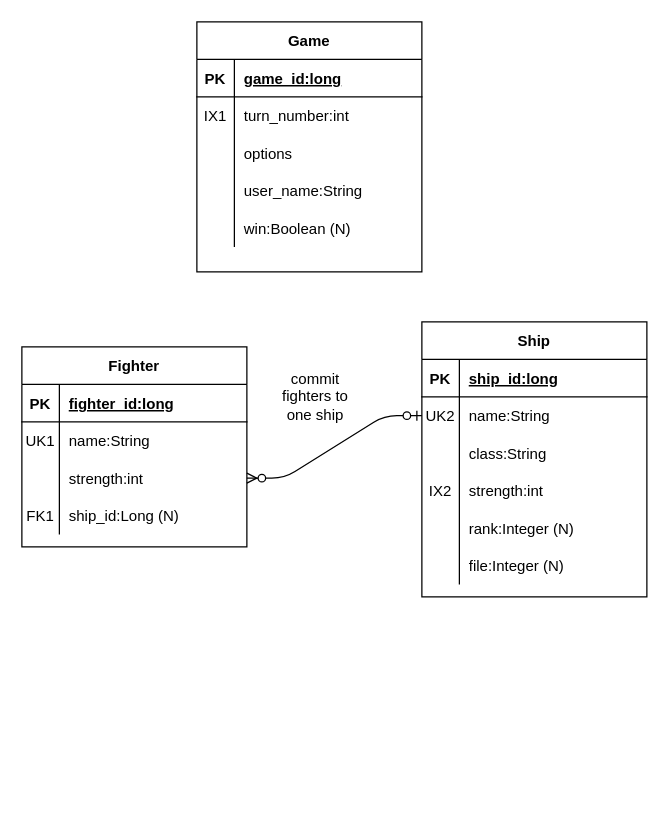
Above: docs/work/erd.drawio in rfrech/battle-for-midway (draw.io), before the change. Source tidied: cells renumbered, new cells numbered last; positions are measured from the earlier drawing's top-left corner, leaving out a move shared by most shapes. Both pictures are drawn from the tidied source at 125%, with x=0, y=0 at pixel (21, 21).
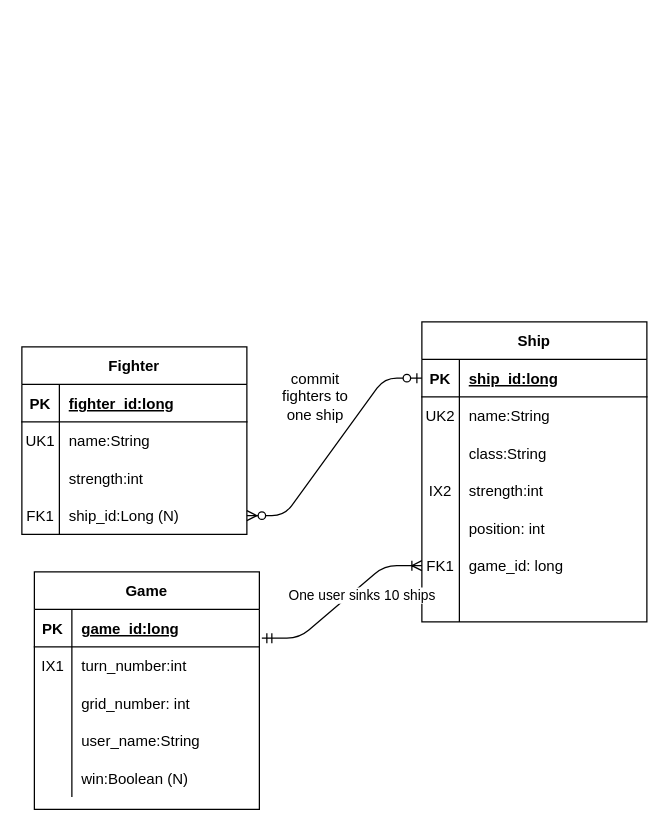
The same page after the edit.

Commit message (it also covers changes not shown here):
fixed dao erd glitches

The change refers to these unchanged cells:
```xml
<mxCell id="3" style="shape=partialRectangle;fillColor=none;top=0;left=0;bottom=1;right=0;points=[[0,0.5],[1,0.5]];portConstraint=eastwest;" parent="2" vertex="1">
  <mxGeometry y="30" width="180" height="30" as="geometry" />
</mxCell>
<mxCell id="9" style="shape=partialRectangle;fillColor=none;top=0;left=0;bottom=0;right=0;" parent="2" vertex="1">
  <mxGeometry y="90" width="180" height="30" as="geometry" />
</mxCell>
<mxCell id="20" style="shape=partialRectangle;fillColor=none;top=0;left=0;bottom=1;right=0;points=[[0,0.5],[1,0.5]];portConstraint=eastwest;" parent="19" vertex="1">
  <mxGeometry y="30" width="180" height="30" as="geometry" />
</mxCell>
<mxCell id="23" style="shape=partialRectangle;fillColor=none;top=0;left=0;bottom=0;right=0;points=[[0,0.5],[1,0.5]];portConstraint=eastwest;" parent="19" vertex="1">
  <mxGeometry y="60" width="180" height="30" as="geometry" />
</mxCell>
<mxCell id="32" style="shape=partialRectangle;fillColor=none;top=0;left=0;bottom=0;right=0;" parent="19" vertex="1">
  <mxGeometry y="150" width="180" height="30" as="geometry" />
</mxCell>
<mxCell id="45" style="shape=partialRectangle;fillColor=none;top=0;left=0;bottom=0;right=0;points=[[0,0.5],[1,0.5]];portConstraint=eastwest;" parent="38" vertex="1">
  <mxGeometry y="90" width="180" height="30" as="geometry" />
</mxCell>
<mxCell id="48" style="shape=partialRectangle;fillColor=none;top=0;left=0;bottom=0;right=0;points=[[0,0.5],[1,0.5]];portConstraint=eastwest;" parent="38" vertex="1">
  <mxGeometry y="120" width="180" height="30" as="geometry" />
</mxCell>
```

What changed in the source:
```diff
@@
     <mxCell id="2" value="Game" style="shape=table;startSize=30;childLayout=tableLayout;rowLines=0;fontStyle=1;align=center;" parent="1" vertex="1">
-      <mxGeometry x="140" width="180" height="200" as="geometry" />
+      <mxGeometry x="10" y="440" width="180" height="190" as="geometry" />
     </mxCell>
@@
-    <mxCell id="11" value="options" style="shape=partialRectangle;fillColor=none;top=0;left=0;bottom=0;right=0;align=left;spacingLeft=6;overflow=hidden;" parent="9" vertex="1">
+    <mxCell id="11" value="grid_number: int" style="shape=partialRectangle;fillColor=none;top=0;left=0;bottom=0;right=0;align=left;spacingLeft=6;overflow=hidden;" parent="9" vertex="1">
       <mxGeometry x="30" width="150" height="30" as="geometry" />
     </mxCell>
@@
-    <mxCell id="18" style="edgeStyle=entityRelationEdgeStyle;fontSize=12;html=1;endArrow=ERzeroToMany;startArrow=ERzeroToOne;exitX=0;exitY=0.5;exitDx=0;exitDy=0;" parent="1" edge="1" source="23" target="45">
+    <mxCell id="18" style="edgeStyle=entityRelationEdgeStyle;fontSize=12;html=1;endArrow=ERzeroToMany;startArrow=ERzeroToOne;entryX=1;entryY=0.5;entryDx=0;entryDy=0;" parent="1" edge="1" source="20" target="48">
       <mxGeometry relative="1" as="geometry" />
     </mxCell>
     <mxCell id="19" value="Ship" style="shape=table;startSize=30;childLayout=tableLayout;rowLines=0;fontStyle=1;align=center;" parent="1" vertex="1">
-      <mxGeometry x="320" y="240" width="180" height="220" as="geometry" />
+      <mxGeometry x="320" y="240" width="180" height="240" as="geometry" />
     </mxCell>
@@
-    <mxCell id="34" value="rank:Integer (N)" style="shape=partialRectangle;fillColor=none;top=0;left=0;bottom=0;right=0;align=left;spacingLeft=6;overflow=hidden;" parent="32" vertex="1">
+    <mxCell id="34" value="position: int" style="shape=partialRectangle;fillColor=none;top=0;left=0;bottom=0;right=0;align=left;spacingLeft=6;overflow=hidden;" parent="32" vertex="1">
       <mxGeometry x="30" width="150" height="30" as="geometry" />
     </mxCell>
+    <mxCell id="52" style="shape=partialRectangle;fillColor=none;top=0;left=0;bottom=0;right=0;points=[[0,0.5],[1,0.5]];portConstraint=eastwest;" parent="19" vertex="1">
+      <mxGeometry y="180" width="180" height="30" as="geometry" />
+    </mxCell>
+    <mxCell id="53" value="FK1" style="shape=partialRectangle;fillColor=none;top=0;left=0;bottom=0;right=0;overflow=hidden;" parent="52" vertex="1">
+      <mxGeometry width="30" height="30" as="geometry" />
+    </mxCell>
+    <mxCell id="54" value="game_id: long" style="shape=partialRectangle;fillColor=none;top=0;left=0;bottom=0;right=0;align=left;spacingLeft=6;overflow=hidden;" parent="52" vertex="1">
+      <mxGeometry x="30" width="150" height="30" as="geometry" />
+    </mxCell>
     <mxCell id="35" style="shape=partialRectangle;fillColor=none;top=0;left=0;bottom=0;right=0;" parent="19" vertex="1">
-      <mxGeometry y="180" width="180" height="30" as="geometry" />
+      <mxGeometry y="210" width="180" height="30" as="geometry" />
     </mxCell>
@@
-    <mxCell id="37" value="file:Integer (N)" style="shape=partialRectangle;fillColor=none;top=0;left=0;bottom=0;right=0;align=left;spacingLeft=6;overflow=hidden;" parent="35" vertex="1">
+    <mxCell id="37" style="shape=partialRectangle;fillColor=none;top=0;left=0;bottom=0;right=0;align=left;spacingLeft=6;overflow=hidden;" parent="35" vertex="1">
       <mxGeometry x="30" width="150" height="30" as="geometry" />
     </mxCell>
     <mxCell id="38" value="Fighter" style="shape=table;startSize=30;childLayout=tableLayout;rowLines=0;fontStyle=1;align=center;" parent="1" vertex="1">
-      <mxGeometry y="260" width="180" height="160" as="geometry" />
+      <mxGeometry y="260" width="180" height="150" as="geometry" />
     </mxCell>
@@
+    <mxCell id="55" style="edgeStyle=entityRelationEdgeStyle;fontSize=12;html=1;endArrow=ERoneToMany;startArrow=ERmandOne;entryX=0;entryY=0.5;entryDx=0;entryDy=0;exitX=1.011;exitY=0.767;exitDx=0;exitDy=0;exitPerimeter=0;" parent="1" edge="1" source="3" target="52">
+      <mxGeometry relative="1" as="geometry" />
+    </mxCell>
+    <mxCell id="56" value="One user sinks 10 ships" style="edgeLabel;html=1;align=center;verticalAlign=middle;" parent="55" vertex="1">
+      <mxGeometry x="-0.01" y="-1" relative="1" as="geometry">
+        <mxPoint x="15.2" y="-6.4" as="offset" />
+      </mxGeometry>
+    </mxCell>
```
